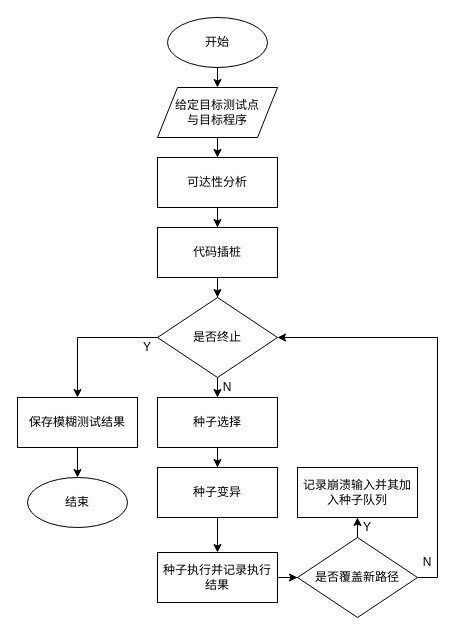
This is 模糊测试流程图.drawio from Adam-01/diagrams, a draw.io file, before an edit. Source tidied: cells renumbered, new cells numbered last; positions are measured from the earlier drawing's top-left corner, leaving out a move shared by most shapes. Both pictures are drawn from the tidied source at 100%, with x=0, y=0 at pixel (17, 17).
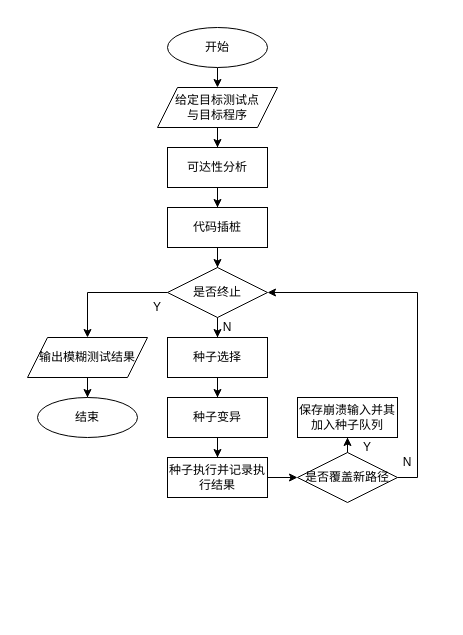
Above is the later version.

Commit message (it also covers changes not shown here):
更新模糊测试流程图.drawio

Diff of the diagram source:
```diff
@@
-    <mxCell id="2" style="edgeStyle=orthogonalEdgeStyle;rounded=0;jettySize=auto;html=1;" parent="1" edge="1" source="3">
+    <mxCell id="2" style="edgeStyle=orthogonalEdgeStyle;rounded=0;jettySize=auto;html=1;fontFamily=宋体;" parent="1" edge="1" source="3">
       <mxGeometry relative="1" as="geometry">
         <mxPoint x="200" y="70" as="targetPoint" />
       </mxGeometry>
     </mxCell>
-    <mxCell id="3" value="&lt;font face=&quot;宋体&quot;&gt;开始&lt;/font&gt;" style="strokeWidth=1;html=1;shape=mxgraph.flowchart.start_1;whiteSpace=wrap;" parent="1" vertex="1">
-      <mxGeometry x="150" width="100" height="50" as="geometry" />
+    <mxCell id="3" value="&lt;font&gt;开始&lt;/font&gt;" style="strokeWidth=1;html=1;shape=mxgraph.flowchart.start_1;whiteSpace=wrap;fontFamily=宋体;" parent="1" vertex="1">
+      <mxGeometry x="150" y="10" width="100" height="40" as="geometry" />
     </mxCell>
-    <mxCell id="4" style="edgeStyle=orthogonalEdgeStyle;rounded=0;jettySize=auto;html=1;entryX=0.5;entryY=0;entryDx=0;entryDy=0;" parent="1" edge="1" source="5" target="7">
+    <mxCell id="4" style="edgeStyle=orthogonalEdgeStyle;rounded=0;jettySize=auto;html=1;entryX=0.5;entryY=0;entryDx=0;entryDy=0;fontFamily=宋体;" parent="1" edge="1" source="5" target="7">
       <mxGeometry relative="1" as="geometry" />
     </mxCell>
     <mxCell id="5" value="&lt;font&gt;给定目标测试点&lt;/font&gt;&lt;div&gt;&lt;font&gt;与目标程序&lt;/font&gt;&lt;/div&gt;" style="shape=parallelogram;perimeter=parallelogramPerimeter;whiteSpace=wrap;html=1;fixedSize=1;fontFamily=宋体;" parent="1" vertex="1">
-      <mxGeometry x="140" y="70" width="120" height="50" as="geometry" />
+      <mxGeometry x="140" y="70" width="120" height="40" as="geometry" />
     </mxCell>
-    <mxCell id="6" style="edgeStyle=orthogonalEdgeStyle;rounded=0;jettySize=auto;html=1;" parent="1" edge="1" source="7" target="9">
+    <mxCell id="6" style="edgeStyle=orthogonalEdgeStyle;rounded=0;jettySize=auto;html=1;fontFamily=宋体;" parent="1" edge="1" source="7" target="9">
       <mxGeometry relative="1" as="geometry" />
     </mxCell>
     <mxCell id="7" value="可达性分析" style="rounded=0;whiteSpace=wrap;html=1;fontFamily=宋体;" parent="1" vertex="1">
-      <mxGeometry x="140" y="140" width="120" height="50" as="geometry" />
+      <mxGeometry x="150" y="130" width="100" height="40" as="geometry" />
     </mxCell>
-    <mxCell id="8" style="edgeStyle=orthogonalEdgeStyle;rounded=0;jettySize=auto;html=1;" parent="1" edge="1" source="9" target="12">
+    <mxCell id="8" style="edgeStyle=orthogonalEdgeStyle;rounded=0;jettySize=auto;html=1;fontFamily=宋体;" parent="1" edge="1" source="9" target="12">
       <mxGeometry relative="1" as="geometry" />
     </mxCell>
     <mxCell id="9" value="代码插桩" style="rounded=0;whiteSpace=wrap;html=1;fontFamily=宋体;" parent="1" vertex="1">
-      <mxGeometry x="140" y="210" width="120" height="50" as="geometry" />
+      <mxGeometry x="150" y="190" width="100" height="40" as="geometry" />
     </mxCell>
-    <mxCell id="10" style="edgeStyle=orthogonalEdgeStyle;rounded=0;jettySize=auto;html=1;" parent="1" edge="1" source="12" target="14">
+    <mxCell id="10" style="edgeStyle=orthogonalEdgeStyle;rounded=0;jettySize=auto;html=1;fontFamily=宋体;" parent="1" edge="1" source="12" target="14">
       <mxGeometry relative="1" as="geometry" />
     </mxCell>
-    <mxCell id="11" style="edgeStyle=orthogonalEdgeStyle;rounded=0;jettySize=auto;html=1;entryX=0.5;entryY=0;entryDx=0;entryDy=0;" parent="1" edge="1" source="12" target="24">
+    <mxCell id="11" style="edgeStyle=orthogonalEdgeStyle;rounded=0;jettySize=auto;html=1;entryX=0.5;entryY=0;entryDx=0;entryDy=0;fontFamily=宋体;" parent="1" edge="1" source="12" target="30">
       <mxGeometry relative="1" as="geometry" />
     </mxCell>
-    <mxCell id="12" value="是否终止" style="rhombus;whiteSpace=wrap;html=1;" parent="1" vertex="1">
-      <mxGeometry x="140" y="280" width="120" height="80" as="geometry" />
+    <mxCell id="12" value="是否终止" style="rhombus;whiteSpace=wrap;html=1;fontFamily=宋体;" parent="1" vertex="1">
+      <mxGeometry x="150" y="250" width="100" height="50" as="geometry" />
     </mxCell>
-    <mxCell id="13" style="edgeStyle=orthogonalEdgeStyle;rounded=0;jettySize=auto;html=1;entryX=0.5;entryY=0;entryDx=0;entryDy=0;" parent="1" edge="1" source="14" target="16">
+    <mxCell id="13" style="edgeStyle=orthogonalEdgeStyle;rounded=0;jettySize=auto;html=1;entryX=0.5;entryY=0;entryDx=0;entryDy=0;fontFamily=宋体;" parent="1" edge="1" source="14" target="16">
       <mxGeometry relative="1" as="geometry" />
     </mxCell>
     <mxCell id="14" value="种子选择" style="rounded=0;whiteSpace=wrap;html=1;fontFamily=宋体;" parent="1" vertex="1">
-      <mxGeometry x="140" y="380" width="120" height="50" as="geometry" />
+      <mxGeometry x="150" y="320" width="100" height="40" as="geometry" />
     </mxCell>
-    <mxCell id="15" style="edgeStyle=orthogonalEdgeStyle;rounded=0;jettySize=auto;html=1;" parent="1" edge="1" source="16" target="18">
+    <mxCell id="15" style="edgeStyle=orthogonalEdgeStyle;rounded=0;jettySize=auto;html=1;fontFamily=宋体;" parent="1" edge="1" source="16" target="18">
       <mxGeometry relative="1" as="geometry" />
     </mxCell>
     <mxCell id="16" value="种子变异" style="rounded=0;whiteSpace=wrap;html=1;fontFamily=宋体;" parent="1" vertex="1">
-      <mxGeometry x="140" y="450" width="120" height="50" as="geometry" />
+      <mxGeometry x="150" y="380" width="100" height="40" as="geometry" />
     </mxCell>
-    <mxCell id="17" style="edgeStyle=orthogonalEdgeStyle;rounded=0;jettySize=auto;html=1;" parent="1" edge="1" source="18" target="21">
+    <mxCell id="17" style="edgeStyle=orthogonalEdgeStyle;rounded=0;jettySize=auto;html=1;fontFamily=宋体;" parent="1" edge="1" source="18" target="21">
       <mxGeometry relative="1" as="geometry" />
     </mxCell>
     <mxCell id="18" value="种子执行并记录执行结果" style="rounded=0;whiteSpace=wrap;html=1;fontFamily=宋体;" parent="1" vertex="1">
-      <mxGeometry x="140" y="535" width="120" height="50" as="geometry" />
+      <mxGeometry x="150" y="440" width="100" height="40" as="geometry" />
     </mxCell>
-    <mxCell id="19" style="edgeStyle=orthogonalEdgeStyle;rounded=0;jettySize=auto;html=1;" parent="1" edge="1" source="21" target="22">
+    <mxCell id="19" style="edgeStyle=orthogonalEdgeStyle;rounded=0;jettySize=auto;html=1;fontFamily=宋体;" parent="1" edge="1" source="21" target="22">
       <mxGeometry relative="1" as="geometry" />
     </mxCell>
-    <mxCell id="20" style="edgeStyle=orthogonalEdgeStyle;rounded=0;jettySize=auto;html=1;entryX=1;entryY=0.5;entryDx=0;entryDy=0;" parent="1" edge="1" source="21" target="12">
+    <mxCell id="20" style="edgeStyle=orthogonalEdgeStyle;rounded=0;jettySize=auto;html=1;entryX=1;entryY=0.5;entryDx=0;entryDy=0;fontFamily=宋体;" parent="1" edge="1" source="21" target="12">
       <mxGeometry relative="1" as="geometry">
         <Array as="points">
-          <mxPoint x="420" y="560" />
-          <mxPoint x="420" y="320" />
+          <mxPoint x="400" y="460" />
+          <mxPoint x="400" y="275" />
         </Array>
       </mxGeometry>
     </mxCell>
-    <mxCell id="21" value="是否覆盖新路径" style="rhombus;whiteSpace=wrap;html=1;" parent="1" vertex="1">
-      <mxGeometry x="280" y="520" width="120" height="80" as="geometry" />
+    <mxCell id="21" value="是否覆盖新路径" style="rhombus;whiteSpace=wrap;html=1;fontFamily=宋体;" parent="1" vertex="1">
+      <mxGeometry x="280" y="435" width="100" height="50" as="geometry" />
     </mxCell>
-    <mxCell id="22" value="记录崩溃输入并其加入种子队列" style="rounded=0;whiteSpace=wrap;html=1;fontFamily=宋体;" parent="1" vertex="1">
-      <mxGeometry x="280" y="450" width="120" height="50" as="geometry" />
+    <mxCell id="22" value="保存崩溃输入并其加入种子队列" style="rounded=0;whiteSpace=wrap;html=1;fontFamily=宋体;" parent="1" vertex="1">
+      <mxGeometry x="280" y="380" width="100" height="40" as="geometry" />
     </mxCell>
-    <mxCell id="23" style="edgeStyle=orthogonalEdgeStyle;rounded=0;jettySize=auto;html=1;" parent="1" edge="1" source="24" target="25">
+    <mxCell id="23" style="edgeStyle=orthogonalEdgeStyle;rounded=0;jettySize=auto;html=1;exitX=0.5;exitY=1;exitDx=0;exitDy=0;fontFamily=宋体;" parent="1" edge="1" source="30" target="25">
       <mxGeometry relative="1" as="geometry" />
     </mxCell>
-    <mxCell id="24" value="保存模糊测试结果" style="rounded=0;whiteSpace=wrap;html=1;fontFamily=宋体;" parent="1" vertex="1">
-      <mxGeometry y="380" width="120" height="50" as="geometry" />
-    </mxCell>
-    <mxCell id="25" value="&lt;font face=&quot;宋体&quot;&gt;结束&lt;/font&gt;" style="strokeWidth=1;html=1;shape=mxgraph.flowchart.start_1;whiteSpace=wrap;" parent="1" vertex="1">
-      <mxGeometry x="10" y="460" width="100" height="50" as="geometry" />
+    <mxCell id="25" value="&lt;font&gt;结束&lt;/font&gt;" style="strokeWidth=1;html=1;shape=mxgraph.flowchart.start_1;whiteSpace=wrap;fontFamily=宋体;" parent="1" vertex="1">
+      <mxGeometry x="20" y="380" width="100" height="40" as="geometry" />
     </mxCell>
-    <mxCell id="26" value="N" style="text;html=1;align=center;verticalAlign=middle;whiteSpace=wrap;rounded=0;" parent="1" vertex="1">
-      <mxGeometry x="200" y="360" width="20" height="20" as="geometry" />
+    <mxCell id="26" value="N" style="text;html=1;align=center;verticalAlign=middle;whiteSpace=wrap;rounded=0;fontFamily=宋体;" parent="1" vertex="1">
+      <mxGeometry x="200" y="300" width="20" height="20" as="geometry" />
     </mxCell>
-    <mxCell id="27" value="N" style="text;html=1;align=center;verticalAlign=middle;whiteSpace=wrap;rounded=0;" parent="1" vertex="1">
-      <mxGeometry x="400" y="535" width="20" height="20" as="geometry" />
+    <mxCell id="27" value="N" style="text;html=1;align=center;verticalAlign=middle;whiteSpace=wrap;rounded=0;fontFamily=宋体;" parent="1" vertex="1">
+      <mxGeometry x="380" y="435" width="20" height="20" as="geometry" />
     </mxCell>
-    <mxCell id="28" value="Y" style="text;html=1;align=center;verticalAlign=middle;whiteSpace=wrap;rounded=0;" parent="1" vertex="1">
-      <mxGeometry x="120" y="320" width="20" height="20" as="geometry" />
+    <mxCell id="28" value="Y" style="text;html=1;align=center;verticalAlign=middle;whiteSpace=wrap;rounded=0;fontFamily=宋体;" parent="1" vertex="1">
+      <mxGeometry x="130" y="280" width="20" height="20" as="geometry" />
     </mxCell>
-    <mxCell id="29" value="Y" style="text;html=1;align=center;verticalAlign=middle;whiteSpace=wrap;rounded=0;" parent="1" vertex="1">
-      <mxGeometry x="340" y="500" width="20" height="20" as="geometry" />
+    <mxCell id="29" value="Y" style="text;html=1;align=center;verticalAlign=middle;whiteSpace=wrap;rounded=0;fontFamily=宋体;" parent="1" vertex="1">
+      <mxGeometry x="340" y="420" width="20" height="20" as="geometry" />
     </mxCell>
+    <mxCell id="30" value="输出模糊测试结果" style="shape=parallelogram;perimeter=parallelogramPerimeter;whiteSpace=wrap;html=1;fixedSize=1;fontFamily=宋体;" parent="1" vertex="1">
+      <mxGeometry x="10" y="320" width="120" height="40" as="geometry" />
+    </mxCell>
```
